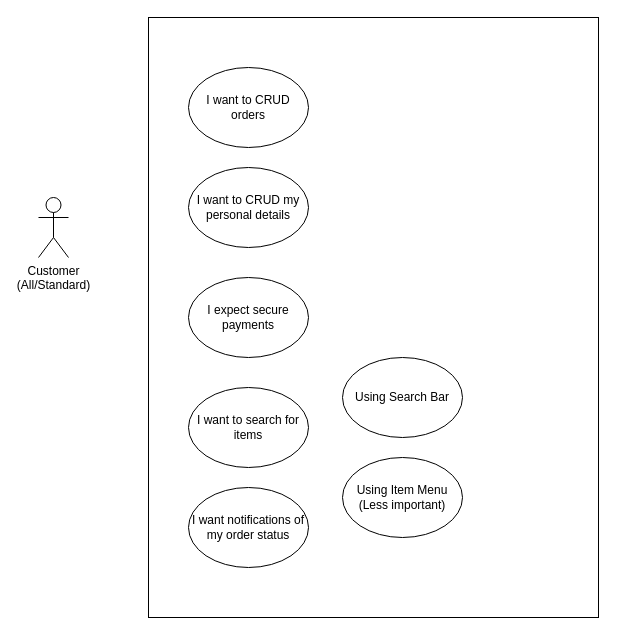
This is docs/uml/use-case diagrams/standard-customer.drawio from Damon-Martin/COMP-3000-Year-2024-2025, a draw.io file, before an edit. Source tidied: cells renumbered, new cells numbered last; positions are measured from the earlier drawing's top-left corner, leaving out a move shared by most shapes. Both pictures are drawn from the tidied source at 100%, with x=0, y=0 at pixel (38, 17).
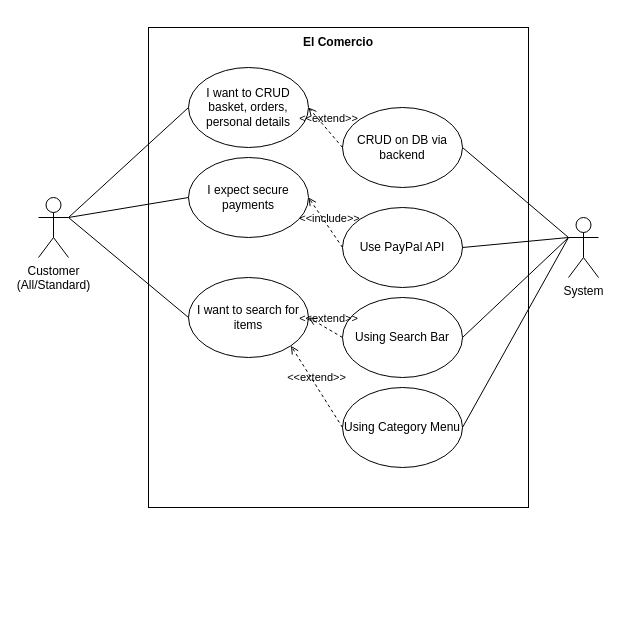
The same page after the edit.

Unchanged cells that the change refers to:
```xml
<mxCell id="3" value="Customer&lt;div&gt;(All/Standard)&lt;/div&gt;" style="shape=umlActor;verticalLabelPosition=bottom;verticalAlign=top;html=1;outlineConnect=0;" parent="1" vertex="1">
  <mxGeometry y="180" width="30" height="60" as="geometry" />
</mxCell>
```

What changed in the source:
```diff
@@
     <mxCell id="2" style="rounded=0;whiteSpace=wrap;html=1;" parent="1" vertex="1">
-      <mxGeometry x="110" width="450" height="600" as="geometry" />
+      <mxGeometry x="110" y="10" width="380" height="480" as="geometry" />
     </mxCell>
@@
-    <mxCell id="4" value="I want to CRUD orders" style="ellipse;whiteSpace=wrap;html=1;" parent="1" vertex="1">
+    <mxCell id="4" value="I want to CRUD basket, orders, personal details" style="ellipse;whiteSpace=wrap;html=1;" parent="1" vertex="1">
       <mxGeometry x="150" y="50" width="120" height="80" as="geometry" />
     </mxCell>
-    <mxCell id="5" value="I want to CRUD my personal details" style="ellipse;whiteSpace=wrap;html=1;" parent="1" vertex="1">
-      <mxGeometry x="150" y="150" width="120" height="80" as="geometry" />
-    </mxCell>
     <mxCell id="6" value="I expect secure payments" style="ellipse;whiteSpace=wrap;html=1;" parent="1" vertex="1">
-      <mxGeometry x="150" y="260" width="120" height="80" as="geometry" />
+      <mxGeometry x="150" y="140" width="120" height="80" as="geometry" />
     </mxCell>
     <mxCell id="7" value="I want to search for items" style="ellipse;whiteSpace=wrap;html=1;" parent="1" vertex="1">
-      <mxGeometry x="150" y="370" width="120" height="80" as="geometry" />
+      <mxGeometry x="150" y="260" width="120" height="80" as="geometry" />
     </mxCell>
-    <mxCell id="8" value="I want notifications of my order status" style="ellipse;whiteSpace=wrap;html=1;" parent="1" vertex="1">
-      <mxGeometry x="150" y="470" width="120" height="80" as="geometry" />
-    </mxCell>
     <mxCell id="9" value="Using Search Bar" style="ellipse;whiteSpace=wrap;html=1;" parent="1" vertex="1">
-      <mxGeometry x="304" y="340" width="120" height="80" as="geometry" />
+      <mxGeometry x="304" y="280" width="120" height="80" as="geometry" />
     </mxCell>
-    <mxCell id="10" value="Using Item Menu&lt;div&gt;(Less important)&lt;/div&gt;" style="ellipse;whiteSpace=wrap;html=1;" parent="1" vertex="1">
-      <mxGeometry x="304" y="440" width="120" height="80" as="geometry" />
+    <mxCell id="10" value="Using Category Menu" style="ellipse;whiteSpace=wrap;html=1;" parent="1" vertex="1">
+      <mxGeometry x="304" y="370" width="120" height="80" as="geometry" />
     </mxCell>
+    <mxCell id="11" value="CRUD on DB via backend" style="ellipse;whiteSpace=wrap;html=1;" parent="1" vertex="1">
+      <mxGeometry x="304" y="90" width="120" height="80" as="geometry" />
+    </mxCell>
+    <mxCell id="12" value="Use PayPal API" style="ellipse;whiteSpace=wrap;html=1;" parent="1" vertex="1">
+      <mxGeometry x="304" y="190" width="120" height="80" as="geometry" />
+    </mxCell>
+    <mxCell id="13" style="endArrow=none;html=1;rounded=0;exitX=1;exitY=0.3333333333333333;exitDx=0;exitDy=0;exitPerimeter=0;entryX=0;entryY=0.5;entryDx=0;entryDy=0;" parent="1" edge="1" source="3" target="4">
+      <mxGeometry relative="1" as="geometry" />
+    </mxCell>
+    <mxCell id="14" style="endArrow=none;html=1;rounded=0;exitX=1;exitY=0.3333333333333333;exitDx=0;exitDy=0;exitPerimeter=0;entryX=0;entryY=0.5;entryDx=0;entryDy=0;" parent="1" edge="1" source="3" target="6">
+      <mxGeometry relative="1" as="geometry" />
+    </mxCell>
+    <mxCell id="15" style="endArrow=none;html=1;rounded=0;entryX=0;entryY=0.5;entryDx=0;entryDy=0;" parent="1" edge="1" target="7">
+      <mxGeometry relative="1" as="geometry">
+        <mxPoint x="30" y="200" as="sourcePoint" />
+      </mxGeometry>
+    </mxCell>
+    <mxCell id="16" value="&amp;lt;&amp;lt;extend&amp;gt;&amp;gt;" style="html=1;verticalAlign=bottom;labelBackgroundColor=none;endArrow=open;endFill=0;dashed=1;rounded=0;exitX=0;exitY=0.5;exitDx=0;exitDy=0;" parent="1" edge="1" source="9">
+      <mxGeometry x="-0.13" y="-2" relative="1" as="geometry">
+        <mxPoint x="270" y="300" as="targetPoint" />
+      </mxGeometry>
+    </mxCell>
+    <mxCell id="17" value="&amp;lt;&amp;lt;extend&amp;gt;&amp;gt;" style="html=1;verticalAlign=bottom;labelBackgroundColor=none;endArrow=open;endFill=0;dashed=1;rounded=0;exitX=0;exitY=0.5;exitDx=0;exitDy=0;entryX=1;entryY=1;entryDx=0;entryDy=0;" parent="1" edge="1" source="10" target="7">
+      <mxGeometry relative="1" as="geometry" />
+    </mxCell>
+    <mxCell id="18" value="&amp;lt;&amp;lt;include&amp;gt;&amp;gt;" style="html=1;verticalAlign=bottom;labelBackgroundColor=none;endArrow=open;endFill=0;dashed=1;rounded=0;exitX=0;exitY=0.5;exitDx=0;exitDy=0;entryX=1;entryY=0.5;entryDx=0;entryDy=0;" parent="1" edge="1" source="12" target="6">
+      <mxGeometry x="-0.2" relative="1" as="geometry" />
+    </mxCell>
+    <mxCell id="19" value="&amp;lt;&amp;lt;extend&amp;gt;&amp;gt;" style="html=1;verticalAlign=bottom;labelBackgroundColor=none;endArrow=open;endFill=0;dashed=1;rounded=0;entryX=1;entryY=0.5;entryDx=0;entryDy=0;exitX=0;exitY=0.5;exitDx=0;exitDy=0;" parent="1" edge="1" source="11" target="4">
+      <mxGeometry x="-0.07" y="-2" relative="1" as="geometry" />
+    </mxCell>
+    <mxCell id="20" value="&lt;b&gt;El Comercio&lt;/b&gt;" style="text;html=1;align=center;verticalAlign=middle;whiteSpace=wrap;rounded=0;" parent="1" vertex="1">
+      <mxGeometry x="255" y="10" width="90" height="30" as="geometry" />
+    </mxCell>
+    <mxCell id="21" value="System" style="shape=umlActor;verticalLabelPosition=bottom;verticalAlign=top;html=1;outlineConnect=0;" parent="1" vertex="1">
+      <mxGeometry x="530" y="200" width="30" height="60" as="geometry" />
+    </mxCell>
+    <mxCell id="22" style="endArrow=none;html=1;rounded=0;entryX=0;entryY=0.3333333333333333;entryDx=0;entryDy=0;entryPerimeter=0;exitX=1;exitY=0.5;exitDx=0;exitDy=0;" parent="1" edge="1" source="11" target="21">
+      <mxGeometry relative="1" as="geometry" />
+    </mxCell>
+    <mxCell id="23" style="endArrow=none;html=1;rounded=0;entryX=0;entryY=0.3333333333333333;entryDx=0;entryDy=0;entryPerimeter=0;exitX=1;exitY=0.5;exitDx=0;exitDy=0;" parent="1" edge="1" source="12" target="21">
+      <mxGeometry relative="1" as="geometry" />
+    </mxCell>
+    <mxCell id="24" style="endArrow=none;html=1;rounded=0;entryX=0;entryY=0.3333333333333333;entryDx=0;entryDy=0;entryPerimeter=0;exitX=1;exitY=0.5;exitDx=0;exitDy=0;" parent="1" edge="1" source="9" target="21">
+      <mxGeometry relative="1" as="geometry" />
+    </mxCell>
+    <mxCell id="25" style="endArrow=none;html=1;rounded=0;entryX=0;entryY=0.3333333333333333;entryDx=0;entryDy=0;entryPerimeter=0;exitX=1;exitY=0.5;exitDx=0;exitDy=0;" parent="1" edge="1" source="10" target="21">
+      <mxGeometry relative="1" as="geometry" />
+    </mxCell>
```
